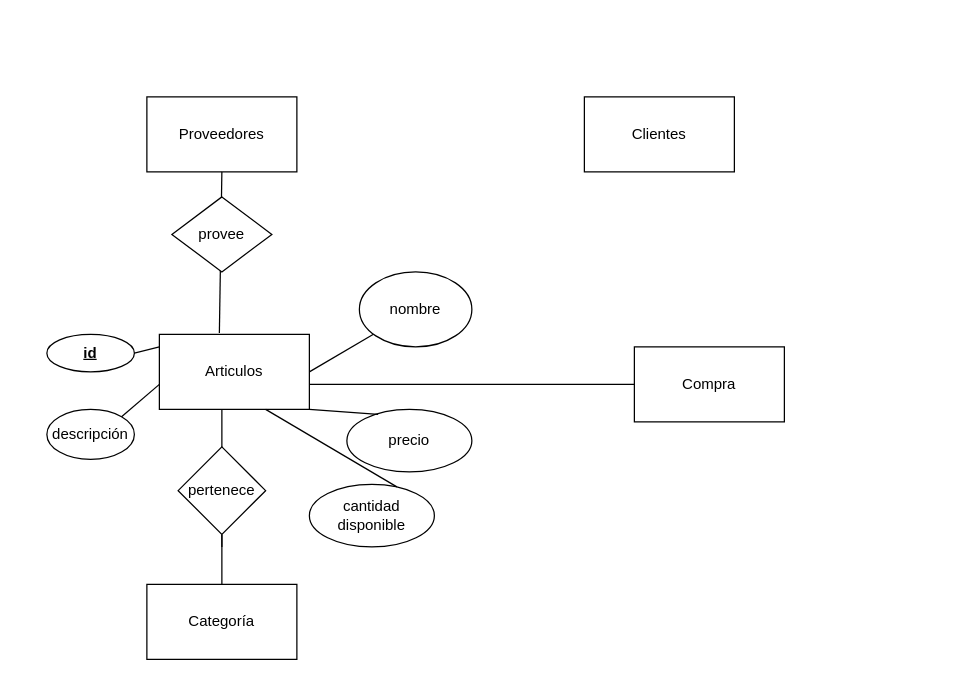
vivianabm/api-alternativo keeps this draw.io diagram as Untitled Diagram.drawio. Above is the earlier version. Source tidied: cells renumbered, new cells numbered last; positions are measured from the earlier drawing's top-left corner, leaving out a move shared by most shapes. Both pictures are drawn from the tidied source at 125%, with x=0, y=0 at pixel (46, 96).
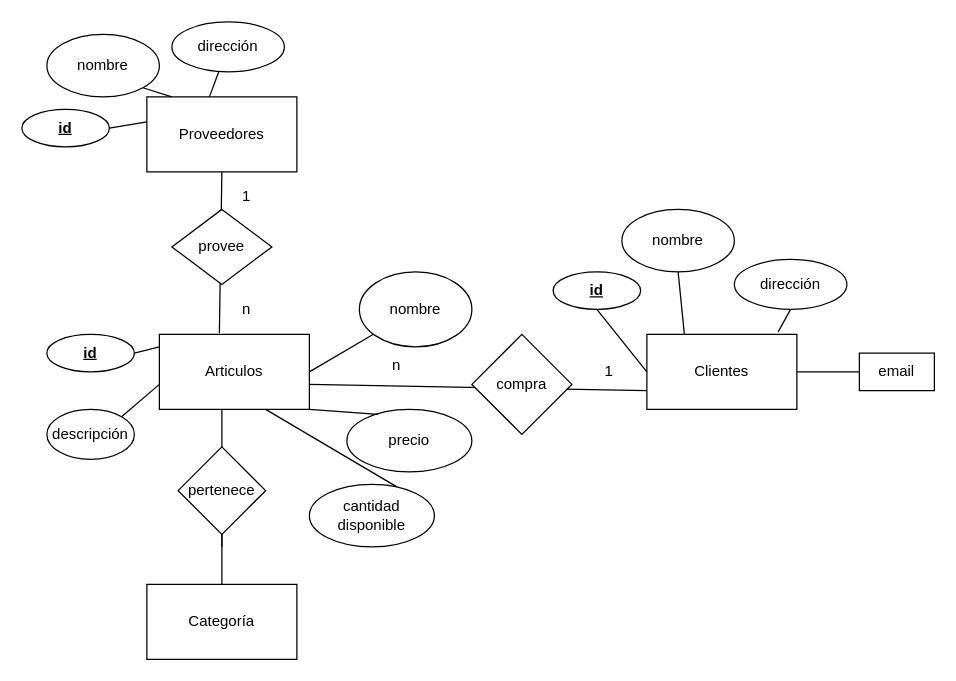
After the change.

The edit, as a diff of the source:
```diff
@@
     <mxCell id="4" value="Clientes" style="rounded=0;whiteSpace=wrap;html=1;" parent="1" vertex="1">
-      <mxGeometry x="430" width="120" height="60" as="geometry" />
+      <mxGeometry x="480" y="190" width="120" height="60" as="geometry" />
     </mxCell>
@@
     <mxCell id="19" value="provee" style="rhombus;whiteSpace=wrap;html=1;" parent="1" vertex="1">
-      <mxGeometry x="100" y="80" width="80" height="60" as="geometry" />
+      <mxGeometry x="100" y="90" width="80" height="60" as="geometry" />
     </mxCell>
@@
-    <mxCell id="22" style="endArrow=none;html=1;" parent="1" edge="1">
+    <mxCell id="22" style="endArrow=none;html=1;entryX=0;entryY=0.75;entryDx=0;entryDy=0;" parent="1" edge="1" target="4">
       <mxGeometry relative="1" as="geometry">
         <mxPoint x="210" y="230" as="sourcePoint" />
-        <mxPoint x="470" y="230" as="targetPoint" />
       </mxGeometry>
     </mxCell>
-    <mxCell id="23" value="Compra" style="rounded=0;whiteSpace=wrap;html=1;" parent="1" vertex="1">
-      <mxGeometry x="470" y="200" width="120" height="60" as="geometry" />
-    </mxCell>
+    <mxCell id="24" value="&lt;b&gt;&lt;u&gt;id&lt;/u&gt;&lt;/b&gt;" style="ellipse;whiteSpace=wrap;html=1;" parent="1" vertex="1">
+      <mxGeometry x="-20" y="10" width="70" height="30" as="geometry" />
+    </mxCell>
+    <mxCell id="25" style="endArrow=none;html=1;exitX=1;exitY=0.5;exitDx=0;exitDy=0;" parent="1" edge="1" source="24">
+      <mxGeometry relative="1" as="geometry">
+        <mxPoint x="80" y="20" as="targetPoint" />
+      </mxGeometry>
+    </mxCell>
+    <mxCell id="26" value="nombre" style="ellipse;whiteSpace=wrap;html=1;" parent="1" vertex="1">
+      <mxGeometry y="-50" width="90" height="50" as="geometry" />
+    </mxCell>
+    <mxCell id="27" style="endArrow=none;html=1;exitX=1;exitY=1;exitDx=0;exitDy=0;" parent="1" edge="1" source="26">
+      <mxGeometry relative="1" as="geometry">
+        <mxPoint x="100" as="targetPoint" />
+      </mxGeometry>
+    </mxCell>
+    <mxCell id="28" style="endArrow=none;html=1;" parent="1" edge="1" target="29">
+      <mxGeometry relative="1" as="geometry">
+        <mxPoint x="130" as="sourcePoint" />
+      </mxGeometry>
+    </mxCell>
+    <mxCell id="29" value="dirección" style="ellipse;whiteSpace=wrap;html=1;" parent="1" vertex="1">
+      <mxGeometry x="100" y="-60" width="90" height="40" as="geometry" />
+    </mxCell>
+    <mxCell id="30" value="&lt;b&gt;&lt;u&gt;id&lt;/u&gt;&lt;/b&gt;" style="ellipse;whiteSpace=wrap;html=1;" parent="1" vertex="1">
+      <mxGeometry x="405" y="140" width="70" height="30" as="geometry" />
+    </mxCell>
+    <mxCell id="31" value="nombre" style="ellipse;whiteSpace=wrap;html=1;" parent="1" vertex="1">
+      <mxGeometry x="460" y="90" width="90" height="50" as="geometry" />
+    </mxCell>
+    <mxCell id="32" value="dirección" style="ellipse;whiteSpace=wrap;html=1;" parent="1" vertex="1">
+      <mxGeometry x="550" y="130" width="90" height="40" as="geometry" />
+    </mxCell>
+    <mxCell id="33" style="endArrow=none;html=1;entryX=0.5;entryY=1;entryDx=0;entryDy=0;exitX=0.875;exitY=-0.033;exitDx=0;exitDy=0;exitPerimeter=0;" parent="1" edge="1" source="4" target="32">
+      <mxGeometry relative="1" as="geometry" />
+    </mxCell>
+    <mxCell id="34" style="endArrow=none;html=1;exitX=0.25;exitY=0;exitDx=0;exitDy=0;entryX=0.5;entryY=1;entryDx=0;entryDy=0;" parent="1" edge="1" source="4" target="31">
+      <mxGeometry relative="1" as="geometry" />
+    </mxCell>
+    <mxCell id="35" style="endArrow=none;html=1;exitX=0;exitY=0.5;exitDx=0;exitDy=0;entryX=0.5;entryY=1;entryDx=0;entryDy=0;" parent="1" edge="1" source="4" target="30">
+      <mxGeometry relative="1" as="geometry" />
+    </mxCell>
+    <mxCell id="36" value="1" style="text;html=1;strokeColor=none;fillColor=none;align=center;verticalAlign=middle;whiteSpace=wrap;rounded=0;" parent="1" vertex="1">
+      <mxGeometry x="140" y="70" width="40" height="20" as="geometry" />
+    </mxCell>
+    <mxCell id="37" value="n" style="text;html=1;strokeColor=none;fillColor=none;align=center;verticalAlign=middle;whiteSpace=wrap;rounded=0;" parent="1" vertex="1">
+      <mxGeometry x="140" y="160" width="40" height="20" as="geometry" />
+    </mxCell>
+    <mxCell id="38" value="compra" style="rhombus;whiteSpace=wrap;html=1;" parent="1" vertex="1">
+      <mxGeometry x="340" y="190" width="80" height="80" as="geometry" />
+    </mxCell>
+    <mxCell id="39" value="1" style="text;html=1;strokeColor=none;fillColor=none;align=center;verticalAlign=middle;whiteSpace=wrap;rounded=0;" parent="1" vertex="1">
+      <mxGeometry x="430" y="205" width="40" height="30" as="geometry" />
+    </mxCell>
+    <mxCell id="40" value="n" style="text;html=1;strokeColor=none;fillColor=none;align=center;verticalAlign=middle;whiteSpace=wrap;rounded=0;" parent="1" vertex="1">
+      <mxGeometry x="260" y="205" width="40" height="20" as="geometry" />
+    </mxCell>
+    <mxCell id="41" value="email" style="rounded=0;whiteSpace=wrap;html=1;" parent="1" vertex="1">
+      <mxGeometry x="650" y="205" width="60" height="30" as="geometry" />
+    </mxCell>
+    <mxCell id="42" style="endArrow=none;html=1;entryX=0;entryY=0.5;entryDx=0;entryDy=0;" parent="1" edge="1" target="41">
+      <mxGeometry relative="1" as="geometry">
+        <mxPoint x="600" y="220" as="sourcePoint" />
+      </mxGeometry>
+    </mxCell>
```
